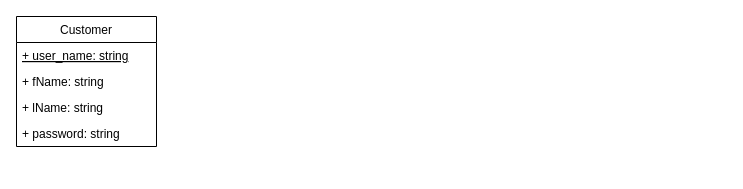
Above: page "UML" (3 of 3) of christoph/auctionhouse.drawio in OinkoIT/BE16-DBDev-DAY1-Claus-Christoph (draw.io), before the change. Source tidied: cells renumbered, new cells numbered last; positions are measured from the earlier drawing's top-left corner, leaving out a move shared by most shapes. Both pictures are drawn from the tidied source at 100%, with x=0, y=0 at pixel (16, 16).
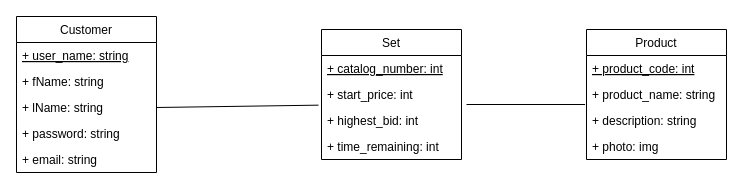
After the change.

Change to the diagram source:
```diff
@@
 <mxGraphModel>
   <root>
     <mxCell id="0" />
     <mxCell id="1" parent="0" />
     <mxCell id="2" value="Customer" style="swimlane;fontStyle=0;horizontal=1;startSize=26;fillColor=none;" parent="1" vertex="1">
-      <mxGeometry width="140" height="130" as="geometry" />
+      <mxGeometry width="140" height="156" as="geometry" />
     </mxCell>
     <mxCell id="3" value="+ user_name: string" style="text;strokeColor=none;fillColor=none;align=left;verticalAlign=top;spacingLeft=4;spacingRight=4;overflow=hidden;fontStyle=4;" parent="2" vertex="1">
       <mxGeometry y="26" width="140" height="26" as="geometry" />
     </mxCell>
     <mxCell id="4" value="+ fName: string" style="text;strokeColor=none;fillColor=none;align=left;verticalAlign=top;spacingLeft=4;spacingRight=4;overflow=hidden;" parent="2" vertex="1">
       <mxGeometry y="52" width="140" height="26" as="geometry" />
     </mxCell>
     <mxCell id="5" value="+ lName: string" style="text;strokeColor=none;fillColor=none;align=left;verticalAlign=top;spacingLeft=4;spacingRight=4;overflow=hidden;points=[[0,0.5],[1,0.5]];portConstraint=eastwest;" parent="2" vertex="1">
       <mxGeometry y="78" width="140" height="26" as="geometry" />
     </mxCell>
     <mxCell id="6" value="+ password: string" style="text;strokeColor=none;fillColor=none;align=left;verticalAlign=top;spacingLeft=4;spacingRight=4;overflow=hidden;" parent="2" vertex="1">
       <mxGeometry y="104" width="140" height="26" as="geometry" />
     </mxCell>
+    <mxCell id="7" value="+ email: string" style="text;strokeColor=none;fillColor=none;align=left;verticalAlign=top;spacingLeft=4;spacingRight=4;overflow=hidden;" parent="2" vertex="1">
+      <mxGeometry y="130" width="140" height="26" as="geometry" />
+    </mxCell>
+    <mxCell id="8" value="Product" style="swimlane;fontStyle=0;horizontal=1;startSize=26;fillColor=none;" parent="1" vertex="1">
+      <mxGeometry x="570" y="13" width="140" height="130" as="geometry" />
+    </mxCell>
+    <mxCell id="9" value="+ product_code: int" style="text;strokeColor=none;fillColor=none;align=left;verticalAlign=top;spacingLeft=4;spacingRight=4;overflow=hidden;fontStyle=4;" parent="8" vertex="1">
+      <mxGeometry y="26" width="140" height="26" as="geometry" />
+    </mxCell>
+    <mxCell id="10" value="+ product_name: string" style="text;strokeColor=none;fillColor=none;align=left;verticalAlign=top;spacingLeft=4;spacingRight=4;overflow=hidden;" parent="8" vertex="1">
+      <mxGeometry y="52" width="140" height="26" as="geometry" />
+    </mxCell>
+    <mxCell id="11" value="+ description: string" style="text;strokeColor=none;fillColor=none;align=left;verticalAlign=top;spacingLeft=4;spacingRight=4;overflow=hidden;points=[[0,0.5],[1,0.5]];portConstraint=eastwest;" parent="8" vertex="1">
+      <mxGeometry y="78" width="140" height="26" as="geometry" />
+    </mxCell>
+    <mxCell id="12" value="+ photo: img" style="text;strokeColor=none;fillColor=none;align=left;verticalAlign=top;spacingLeft=4;spacingRight=4;overflow=hidden;" parent="8" vertex="1">
+      <mxGeometry y="104" width="140" height="26" as="geometry" />
+    </mxCell>
+    <mxCell id="13" value="Set" style="swimlane;fontStyle=0;horizontal=1;startSize=26;fillColor=none;" parent="1" vertex="1">
+      <mxGeometry x="305" y="13" width="140" height="130" as="geometry" />
+    </mxCell>
+    <mxCell id="14" value="+ catalog_number: int" style="text;strokeColor=none;fillColor=none;align=left;verticalAlign=top;spacingLeft=4;spacingRight=4;overflow=hidden;fontStyle=4;" parent="13" vertex="1">
+      <mxGeometry y="26" width="140" height="26" as="geometry" />
+    </mxCell>
+    <mxCell id="15" value="+ start_price: int" style="text;strokeColor=none;fillColor=none;align=left;verticalAlign=top;spacingLeft=4;spacingRight=4;overflow=hidden;" parent="13" vertex="1">
+      <mxGeometry y="52" width="140" height="26" as="geometry" />
+    </mxCell>
+    <mxCell id="16" value="+ highest_bid: int" style="text;strokeColor=none;fillColor=none;align=left;verticalAlign=top;spacingLeft=4;spacingRight=4;overflow=hidden;points=[[0,0.5],[1,0.5]];portConstraint=eastwest;" parent="13" vertex="1">
+      <mxGeometry y="78" width="140" height="26" as="geometry" />
+    </mxCell>
+    <mxCell id="17" value="+ time_remaining: int" style="text;strokeColor=none;fillColor=none;align=left;verticalAlign=top;spacingLeft=4;spacingRight=4;overflow=hidden;" parent="13" vertex="1">
+      <mxGeometry y="104" width="140" height="26" as="geometry" />
+    </mxCell>
+    <mxCell id="18" style="edgeStyle=none;html=1;exitX=1;exitY=0.5;exitDx=0;exitDy=0;entryX=-0.021;entryY=-0.09;entryDx=0;entryDy=0;entryPerimeter=0;endArrow=none;endFill=0;" parent="1" edge="1" source="5" target="16">
+      <mxGeometry relative="1" as="geometry" />
+    </mxCell>
+    <mxCell id="19" style="edgeStyle=none;html=1;exitX=1.036;exitY=-0.115;exitDx=0;exitDy=0;entryX=-0.01;entryY=-0.115;entryDx=0;entryDy=0;entryPerimeter=0;exitPerimeter=0;endArrow=none;endFill=0;" parent="1" edge="1" source="16" target="11">
+      <mxGeometry relative="1" as="geometry" />
+    </mxCell>
   </root>
 </mxGraphModel>
```
